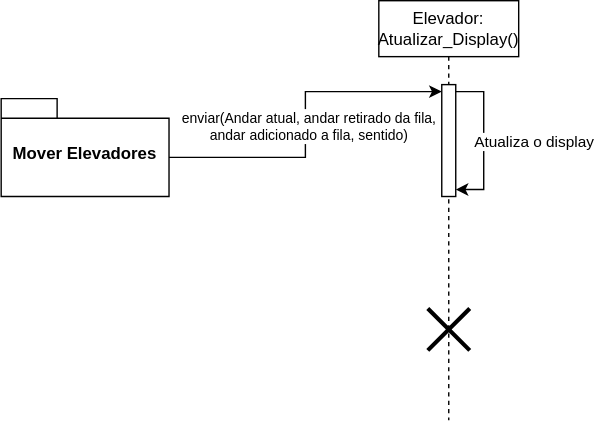
wholocked1/Projeto-2-modelagem keeps this draw.io diagram as Diagrama-Sequencia/DiagramaSequanciaDisplay.svg. Above is the earlier version. Source tidied: cells renumbered, new cells last; positions are measured from the earlier drawing's top-left corner, leaving out a move shared by most shapes.
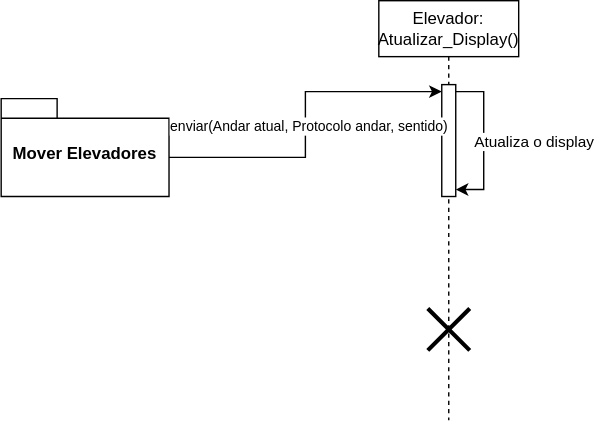
Later version of the same file.

The edit, as a diff of the source:
```diff
@@ -25,7 +25,7 @@
     <mxCell id="8" style="edgeStyle=orthogonalEdgeStyle;rounded=0;jettySize=auto;html=1;exitX=0;exitY=0;exitDx=120;exitDy=42;exitPerimeter=0;entryX=0;entryY=0;entryDx=0;entryDy=5;entryPerimeter=0;" parent="1" edge="1" source="7" target="3">
       <mxGeometry relative="1" as="geometry" />
     </mxCell>
-    <mxCell id="9" value="&lt;font style=&quot;font-size: 10px;&quot;&gt;enviar(Andar atual, andar retirado da fila,&lt;/font&gt;&lt;div style=&quot;font-size: 10px;&quot;&gt;&lt;font style=&quot;font-size: 10px;&quot;&gt;andar adicionado a fila, sentido)&lt;/font&gt;&lt;/div&gt;" style="edgeLabel;html=1;align=center;verticalAlign=middle;" parent="8" vertex="1">
+    <mxCell id="9" value="&lt;font style=&quot;font-size: 10px;&quot;&gt;enviar(Andar atual, Protocolo &lt;/font&gt;&lt;span style=&quot;font-size: 10px;&quot;&gt;andar, sentido)&lt;/span&gt;" style="edgeLabel;html=1;align=center;verticalAlign=middle;" parent="8" vertex="1">
       <mxGeometry x="-0.01" y="-1" relative="1" as="geometry">
         <mxPoint x="1" as="offset" />
       </mxGeometry>
```
